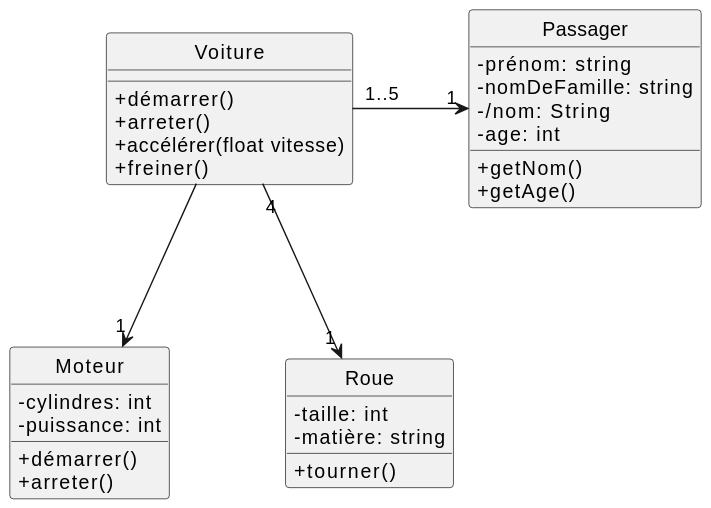
Above: out/plant_uml/attributeRelationExample/attributeRelationExample.svg in gigl-uml/Guide_uml_polymtl (PlantUML), before the change.
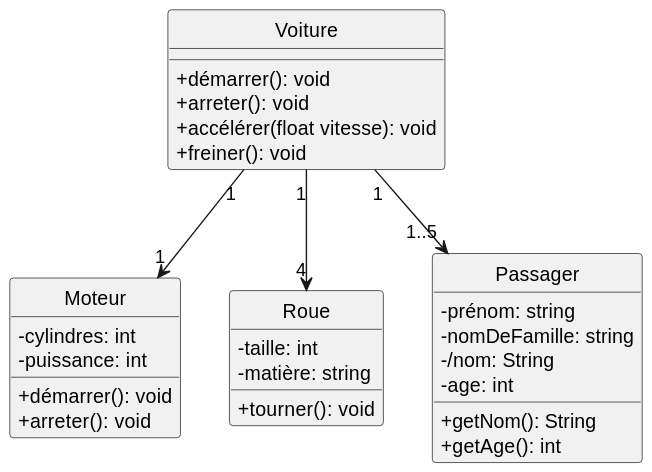
Above is the later version.

Commit message:
updated class diagram example with good multiplicity

Change to the diagram source:
```diff
@@ -4,23 +4,23 @@
 skinparam classAttributeIconSize 0
 
 class Voiture {
-  + démarrer()
-  + arreter()
-  + accélérer(float vitesse)
-  + freiner()
+  + démarrer(): void
+  + arreter(): void
+  + accélérer(float vitesse): void
+  + freiner(): void
 }
 
 class Moteur {
   - cylindres: int
   - puissance: int
-  + démarrer()
-  + arreter()
+  + démarrer(): void
+  + arreter(): void
 }
 
 class Roue {
   - taille: int
   - matière: string
-  + tourner()
+  + tourner(): void
 }
 
 class Passager {
@@ -28,12 +28,12 @@
   - nomDeFamille: string
   - /nom: String
   - age: int
-  + getNom()
-  + getAge()
+  + getNom(): String
+  + getAge(): int
 }
 
-Voiture --> "1" Moteur
-Voiture "4" --> "1" Roue
-Voiture "1..5" -r-> "1" Passager
+Voiture "1" --> "1" Moteur
+Voiture "1" --> "4" Roue
+Voiture "1" --> "1..5" Passager
 
 @enduml
```
